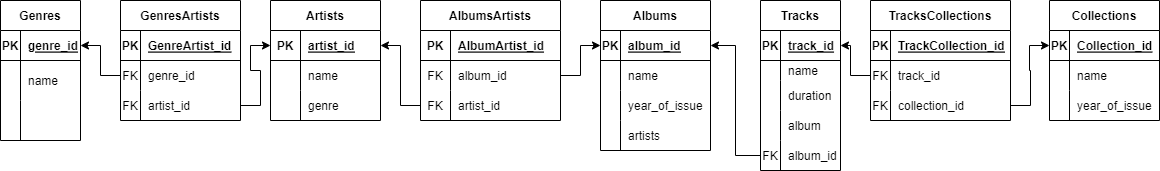
Earlier version of the draw.io export homwork.drawio.png (Galinalinga/homework_sql_createdb). Source tidied: cells renumbered, new cells last; positions are measured from the earlier drawing's top-left corner, leaving out a move shared by most shapes.
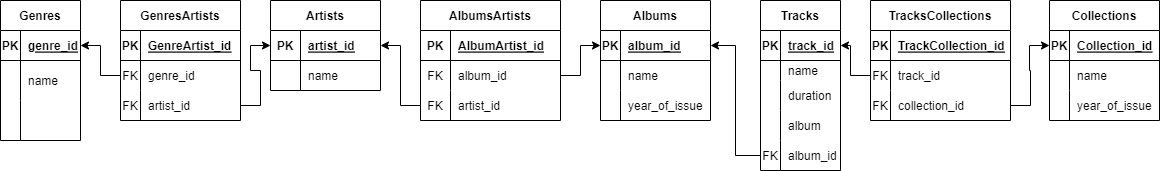
Above is the later version.

What changed in the source:
```diff
@@ -36,7 +36,7 @@
       <mxGeometry relative="1" as="geometry" />
     </mxCell>
     <mxCell id="13" value="Artists" style="shape=table;startSize=30;rowLines=0;fontStyle=1;align=center;" parent="1" vertex="1">
-      <mxGeometry x="270" width="110" height="120" as="geometry" />
+      <mxGeometry x="270" width="110" height="90" as="geometry" />
     </mxCell>
     <mxCell id="14" style="shape=tableRow;horizontal=0;startSize=0;swimlaneHead=0;swimlaneBody=0;fillColor=none;points=[[0,0.5],[1,0.5]];portConstraint=eastwest;top=0;left=0;right=0;bottom=1;" parent="13" vertex="1">
       <mxGeometry y="30" width="110" height="30" as="geometry" />
@@ -56,17 +56,8 @@
     <mxCell id="19" value="name" style="shape=partialRectangle;fillColor=none;top=0;left=0;bottom=0;right=0;align=left;spacingLeft=6;overflow=hidden;" parent="17" vertex="1">
       <mxGeometry x="30" width="80" height="30" as="geometry" />
     </mxCell>
-    <mxCell id="20" style="shape=tableRow;horizontal=0;startSize=0;swimlaneHead=0;swimlaneBody=0;fillColor=none;top=0;left=0;right=0;bottom=0;" parent="13" vertex="1">
-      <mxGeometry y="90" width="110" height="30" as="geometry" />
-    </mxCell>
-    <mxCell id="21" style="shape=partialRectangle;fillColor=none;top=0;left=0;bottom=0;right=0;overflow=hidden;" parent="20" vertex="1">
-      <mxGeometry width="30" height="30" as="geometry" />
-    </mxCell>
-    <mxCell id="22" value="genre" style="shape=partialRectangle;fillColor=none;top=0;left=0;bottom=0;right=0;align=left;spacingLeft=6;overflow=hidden;" parent="20" vertex="1">
-      <mxGeometry x="30" width="80" height="30" as="geometry" />
-    </mxCell>
     <mxCell id="23" value="Albums" style="shape=table;startSize=30;rowLines=0;fontStyle=1;align=center;" parent="1" vertex="1">
-      <mxGeometry x="600" width="110" height="150" as="geometry" />
+      <mxGeometry x="600" width="110" height="120" as="geometry" />
     </mxCell>
     <mxCell id="24" style="shape=tableRow;horizontal=0;startSize=0;swimlaneHead=0;swimlaneBody=0;fillColor=none;points=[[0,0.5],[1,0.5]];portConstraint=eastwest;top=0;left=0;right=0;bottom=1;" parent="23" vertex="1">
       <mxGeometry y="30" width="110" height="30" as="geometry" />
@@ -95,15 +86,6 @@
     <mxCell id="32" value="year_of_issue" style="shape=partialRectangle;fillColor=none;top=0;left=0;bottom=0;right=0;align=left;spacingLeft=6;overflow=hidden;" parent="30" vertex="1">
       <mxGeometry x="20" width="90" height="30" as="geometry" />
     </mxCell>
-    <mxCell id="33" style="shape=tableRow;horizontal=0;startSize=0;swimlaneHead=0;swimlaneBody=0;fillColor=none;top=0;left=0;right=0;bottom=0;" parent="23" vertex="1">
-      <mxGeometry y="120" width="110" height="30" as="geometry" />
-    </mxCell>
-    <mxCell id="34" style="shape=partialRectangle;fillColor=none;top=0;left=0;bottom=0;right=0;overflow=hidden;" parent="33" vertex="1">
-      <mxGeometry width="20" height="30" as="geometry" />
-    </mxCell>
-    <mxCell id="35" value="artists" style="shape=partialRectangle;fillColor=none;top=0;left=0;bottom=0;right=0;align=left;spacingLeft=6;overflow=hidden;" parent="33" vertex="1">
-      <mxGeometry x="20" width="90" height="30" as="geometry" />
-    </mxCell>
     <mxCell id="36" value="Tracks" style="shape=table;startSize=30;rowLines=0;fontStyle=1;align=center;" parent="1" vertex="1">
       <mxGeometry x="760" width="80" height="170" as="geometry" />
     </mxCell>
```
